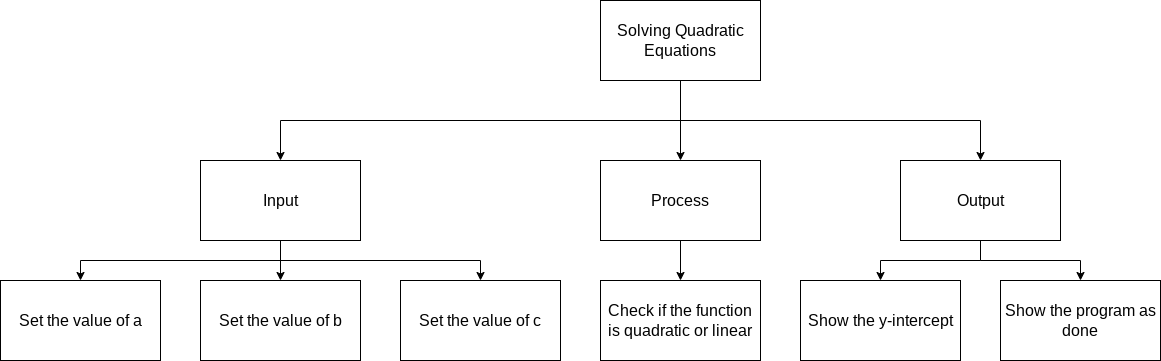
The draw.io diagram design/top_down.png in CristianoSellitto/ICS3U-Assignment3-Python, before a commit. Source tidied: cells renumbered, new cells last; positions are measured from the earlier drawing's top-left corner, leaving out a move shared by most shapes.
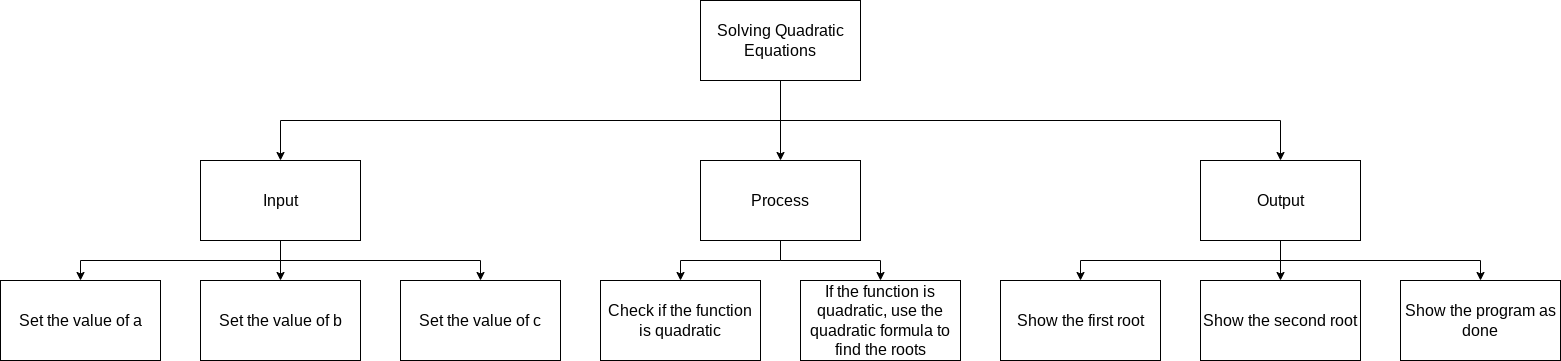
After the change.

Commit message:
Changed to calculate roots

What changed in the source:
```diff
@@ -8,7 +8,7 @@
     <mxCell id="3" style="edgeStyle=orthogonalEdgeStyle;html=1;entryX=0.5;entryY=0;entryDx=0;entryDy=0;fontSize=14;rounded=0;" parent="1" edge="1" source="5" target="11">
       <mxGeometry relative="1" as="geometry">
         <Array as="points">
-          <mxPoint x="680" y="120" />
+          <mxPoint x="780" y="120" />
           <mxPoint x="280" y="120" />
         </Array>
       </mxGeometry>
@@ -22,15 +22,27 @@
       </mxGeometry>
     </mxCell>
     <mxCell id="5" value="Solving Quadratic Equations" style="rounded=0;whiteSpace=wrap;html=1;fontSize=16;" parent="1" vertex="1">
-      <mxGeometry x="600" width="160" height="80" as="geometry" />
+      <mxGeometry x="700" width="160" height="80" as="geometry" />
     </mxCell>
     <mxCell id="6" style="edgeStyle=orthogonalEdgeStyle;rounded=0;html=1;entryX=0.5;entryY=0;entryDx=0;entryDy=0;fontSize=14;" parent="1" edge="1" source="7">
       <mxGeometry relative="1" as="geometry">
         <mxPoint x="680" y="280" as="targetPoint" />
+        <Array as="points">
+          <mxPoint x="780" y="260" />
+          <mxPoint x="680" y="260" />
+        </Array>
       </mxGeometry>
     </mxCell>
+    <mxCell id="21" style="edgeStyle=none;html=1;entryX=0.5;entryY=0;entryDx=0;entryDy=0;rounded=0;" parent="1" edge="1" source="7" target="23">
+      <mxGeometry relative="1" as="geometry">
+        <Array as="points">
+          <mxPoint x="780" y="260" />
+          <mxPoint x="880" y="260" />
+        </Array>
+      </mxGeometry>
+    </mxCell>
     <mxCell id="7" value="Process" style="rounded=0;whiteSpace=wrap;html=1;fontSize=16;" parent="1" vertex="1">
-      <mxGeometry x="600" y="160" width="160" height="80" as="geometry" />
+      <mxGeometry x="700" y="160" width="160" height="80" as="geometry" />
     </mxCell>
     <mxCell id="8" style="edgeStyle=orthogonalEdgeStyle;rounded=0;html=1;entryX=0.5;entryY=0;entryDx=0;entryDy=0;fontSize=14;" parent="1" edge="1" source="11" target="15">
       <mxGeometry relative="1" as="geometry">
@@ -57,29 +69,37 @@
     <mxCell id="12" style="edgeStyle=none;rounded=0;html=1;entryX=0.5;entryY=0;entryDx=0;entryDy=0;" parent="1" edge="1" source="14" target="20">
       <mxGeometry relative="1" as="geometry">
         <Array as="points">
-          <mxPoint x="980" y="260" />
-          <mxPoint x="880" y="260" />
+          <mxPoint x="1280" y="260" />
         </Array>
       </mxGeometry>
     </mxCell>
     <mxCell id="13" style="edgeStyle=none;rounded=0;html=1;entryX=0.5;entryY=0;entryDx=0;entryDy=0;" parent="1" edge="1" source="14" target="16">
       <mxGeometry relative="1" as="geometry">
         <Array as="points">
-          <mxPoint x="980" y="260" />
-          <mxPoint x="1080" y="260" />
+          <mxPoint x="1280" y="270" />
+          <mxPoint x="1280" y="260" />
+          <mxPoint x="1480" y="260" />
         </Array>
       </mxGeometry>
     </mxCell>
+    <mxCell id="22" style="edgeStyle=none;rounded=0;html=1;entryX=0.5;entryY=0;entryDx=0;entryDy=0;" parent="1" edge="1" source="14" target="24">
+      <mxGeometry relative="1" as="geometry">
+        <Array as="points">
+          <mxPoint x="1280" y="260" />
+          <mxPoint x="1080" y="260" />
+        </Array>
+      </mxGeometry>
+    </mxCell>
     <mxCell id="14" value="Output" style="rounded=0;whiteSpace=wrap;html=1;fontSize=16;" parent="1" vertex="1">
-      <mxGeometry x="900" y="160" width="160" height="80" as="geometry" />
+      <mxGeometry x="1200" y="160" width="160" height="80" as="geometry" />
     </mxCell>
     <mxCell id="15" value="Set the value of c" style="rounded=0;whiteSpace=wrap;html=1;fontSize=16;" parent="1" vertex="1">
       <mxGeometry x="400" y="280" width="160" height="80" as="geometry" />
     </mxCell>
     <mxCell id="16" value="Show the program as done" style="rounded=0;whiteSpace=wrap;html=1;fontSize=16;" parent="1" vertex="1">
-      <mxGeometry x="1000" y="280" width="160" height="80" as="geometry" />
+      <mxGeometry x="1400" y="280" width="160" height="80" as="geometry" />
     </mxCell>
-    <mxCell id="17" value="Check if the function is quadratic or linear" style="rounded=0;whiteSpace=wrap;html=1;fontSize=16;" parent="1" vertex="1">
+    <mxCell id="17" value="Check if the function is quadratic" style="rounded=0;whiteSpace=wrap;html=1;fontSize=16;" parent="1" vertex="1">
       <mxGeometry x="600" y="280" width="160" height="80" as="geometry" />
     </mxCell>
     <mxCell id="18" value="Set the value of b" style="rounded=0;whiteSpace=wrap;html=1;fontSize=16;" parent="1" vertex="1">
@@ -88,8 +108,14 @@
     <mxCell id="19" value="Set the value of a" style="rounded=0;whiteSpace=wrap;html=1;fontSize=16;" parent="1" vertex="1">
       <mxGeometry y="280" width="160" height="80" as="geometry" />
     </mxCell>
-    <mxCell id="20" value="Show the y-intercept" style="rounded=0;whiteSpace=wrap;html=1;fontSize=16;" parent="1" vertex="1">
-      <mxGeometry x="800" y="280" width="160" height="80" as="geometry" />
+    <mxCell id="20" value="Show the second root" style="rounded=0;whiteSpace=wrap;html=1;fontSize=16;" parent="1" vertex="1">
+      <mxGeometry x="1200" y="280" width="160" height="80" as="geometry" />
     </mxCell>
+    <mxCell id="23" value="If the function is quadratic, use the quadratic formula to find the roots" style="rounded=0;whiteSpace=wrap;html=1;fontSize=16;" parent="1" vertex="1">
+      <mxGeometry x="800" y="280" width="160" height="80" as="geometry" />
+    </mxCell>
+    <mxCell id="24" value="Show the first root" style="rounded=0;whiteSpace=wrap;html=1;fontSize=16;" parent="1" vertex="1">
+      <mxGeometry x="1000" y="280" width="160" height="80" as="geometry" />
+    </mxCell>
   </root>
 </mxGraphModel>
```
